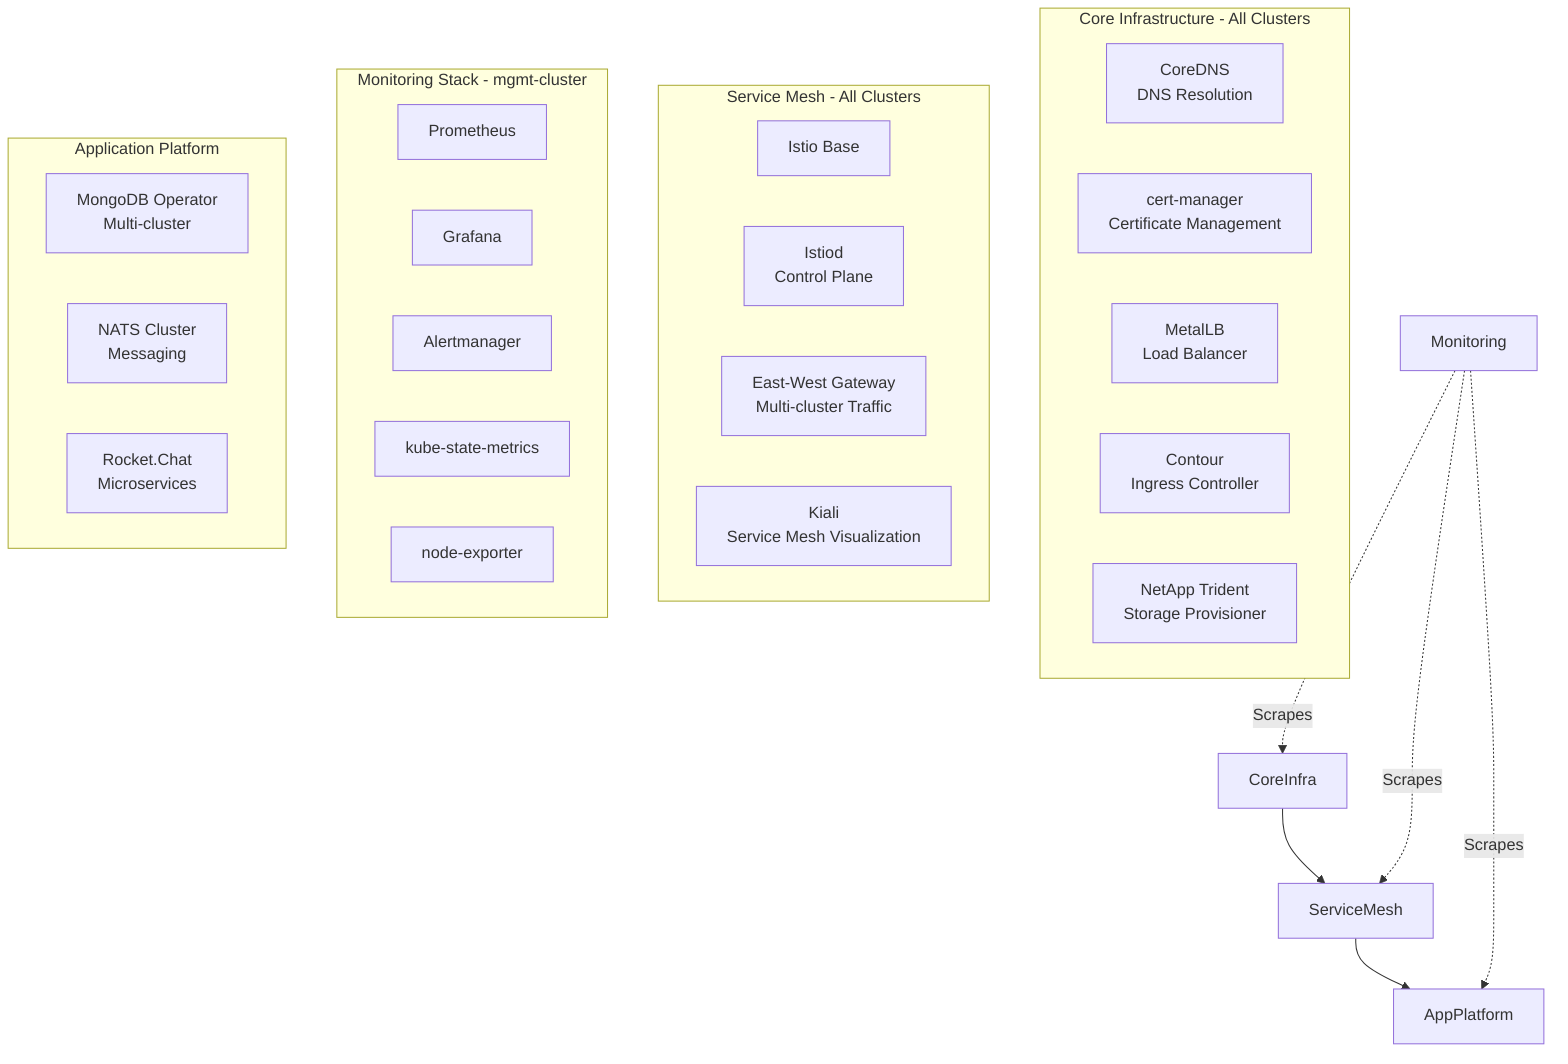
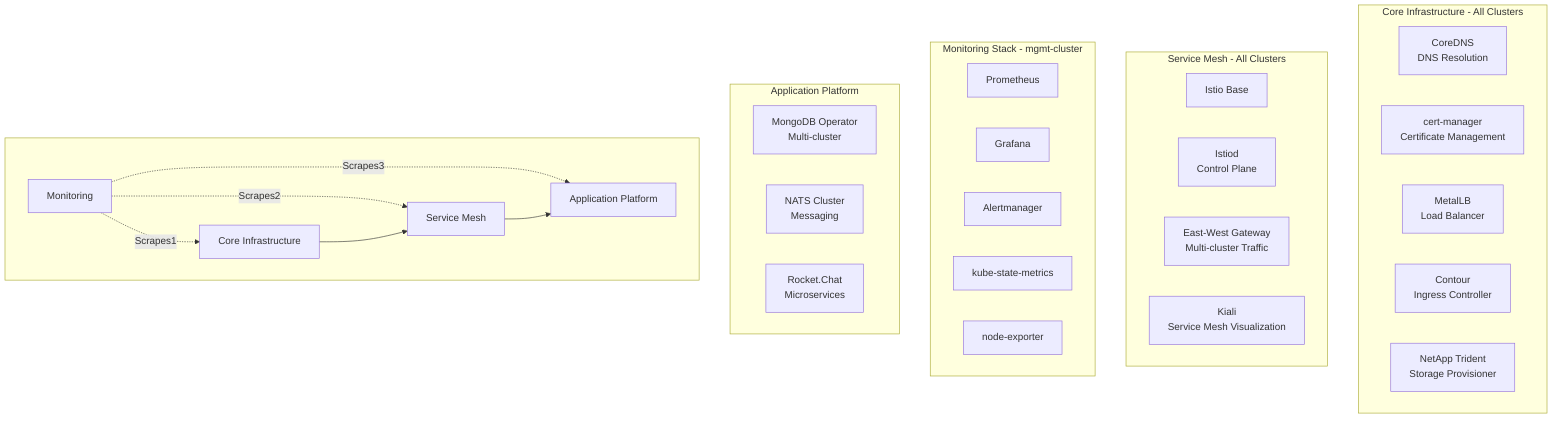
flowchart TB
    subgraph cluster_1_CoreInfra["Core Infrastructure - All Clusters"]
        CoreDNS["CoreDNS<br/>DNS Resolution"]
        CertMgr["cert-manager<br/>Certificate Management"]
        MetalLB["MetalLB<br/>Load Balancer"]
        Contour["Contour<br/>Ingress Controller"]
        Trident["NetApp Trident<br/>Storage Provisioner"]
        CoreDNS["CoreDNS<br/>DNS Resolution"]
        CertMgr["cert-manager<br/>Certificate Management"]
        MetalLB["MetalLB<br/>Load Balancer"]
        Contour["Contour<br/>Ingress Controller"]
        Trident["NetApp Trident<br/>Storage Provisioner"]
    end
    subgraph cluster_2_ServiceMesh["Service Mesh - All Clusters"]
        IstioBase["Istio Base"]
        Istiod["Istiod<br/>Control Plane"]
        Gateway["East-West Gateway<br/>Multi-cluster Traffic"]
        Kiali["Kiali<br/>Service Mesh Visualization"]
        IstioBase["Istio Base"]
        Istiod["Istiod<br/>Control Plane"]
        Gateway["East-West Gateway<br/>Multi-cluster Traffic"]
        Kiali["Kiali<br/>Service Mesh Visualization"]
    end
    subgraph cluster_3_Monitoring["Monitoring Stack - mgmt-cluster"]
        Prometheus["Prometheus"]
        Grafana["Grafana"]
        Alertmanager["Alertmanager"]
        KubeSM["kube-state-metrics"]
        NodeExp["node-exporter"]
        Prometheus["Prometheus"]
        Grafana["Grafana"]
        Alertmanager["Alertmanager"]
        KubeSM["kube-state-metrics"]
        NodeExp["node-exporter"]
    end
    subgraph cluster_4_AppPlatform["Application Platform"]
        MongoDB["MongoDB Operator<br/>Multi-cluster"]
        NATS["NATS Cluster<br/>Messaging"]
        RocketChat["Rocket.Chat<br/>Microservices"]
        MongoDB["MongoDB Operator<br/>Multi-cluster"]
        NATS["NATS Cluster<br/>Messaging"]
        RocketChat["Rocket.Chat<br/>Microservices"]
    end
-     CoreInfra["CoreInfra"]
-     ServiceMesh["ServiceMesh"]
-     AppPlatform["AppPlatform"]
+ 
+     subgraph realm_2_MonitoringComponents[" "]
+     CoreInfra["Core Infrastructure"]
+     ServiceMesh["Service Mesh"]
+     AppPlatform["Application Platform"]
    Monitoring["Monitoring"]
+     end
+     Monitoring -.Scrapes1.-> CoreInfra
+     Monitoring -.Scrapes2.-> ServiceMesh
+     Monitoring -.Scrapes3.-> AppPlatform
    CoreInfra --> ServiceMesh
    ServiceMesh --> AppPlatform
-     Monitoring -.Scrapes.-> CoreInfra
-     Monitoring -.Scrapes.-> ServiceMesh
-     Monitoring -.Scrapes.-> AppPlatform
